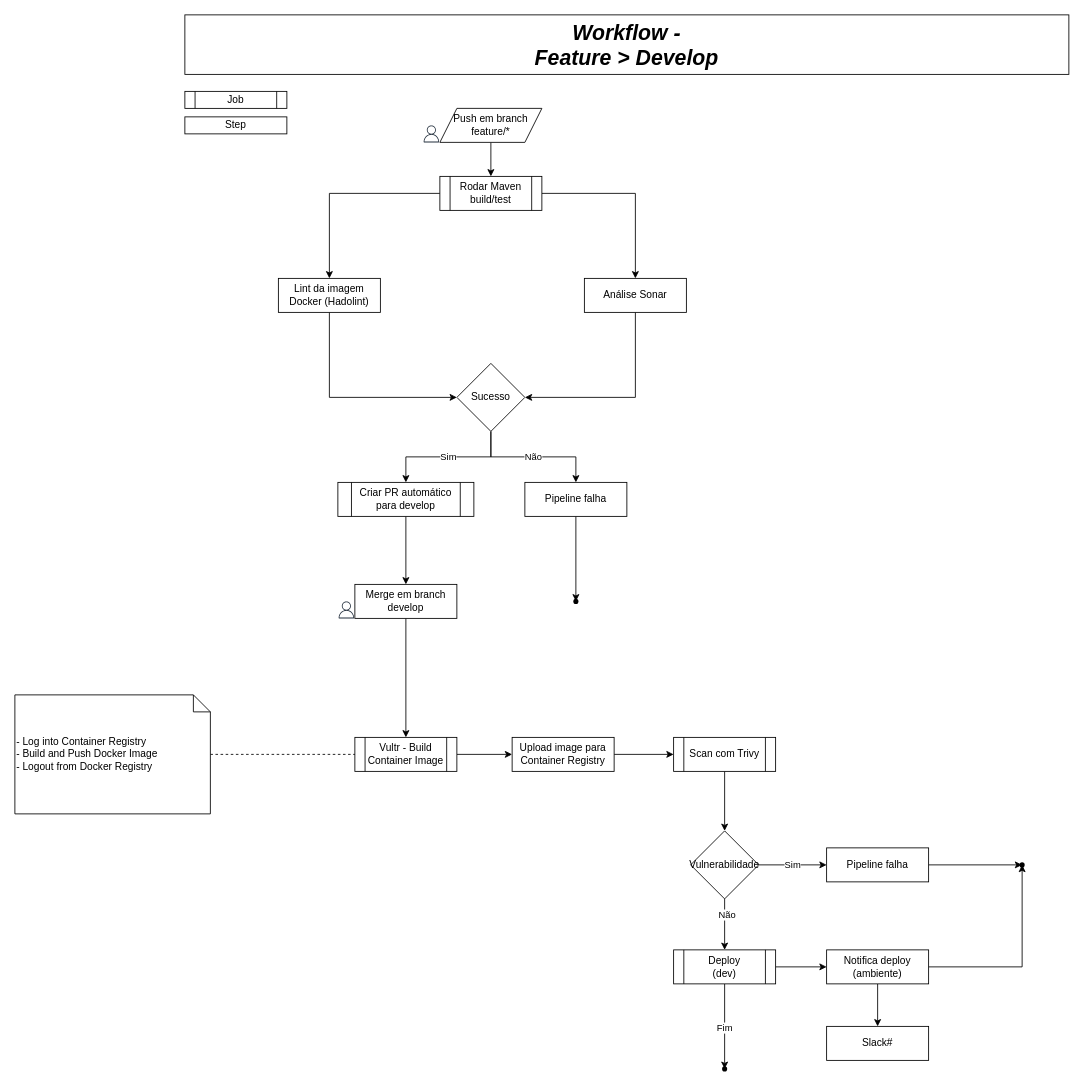
jhegner/kubernetes-labs keeps this draw.io diagram as page "workflow" (4 of 4) of drawio/arquitetura.drawio. Above is the earlier version. Source tidied: cells renumbered, new cells numbered last; positions are measured from the earlier drawing's top-left corner, leaving out a move shared by most shapes. Both pictures are drawn from the tidied source at 85%, with x=0, y=0 at pixel (14, 14).
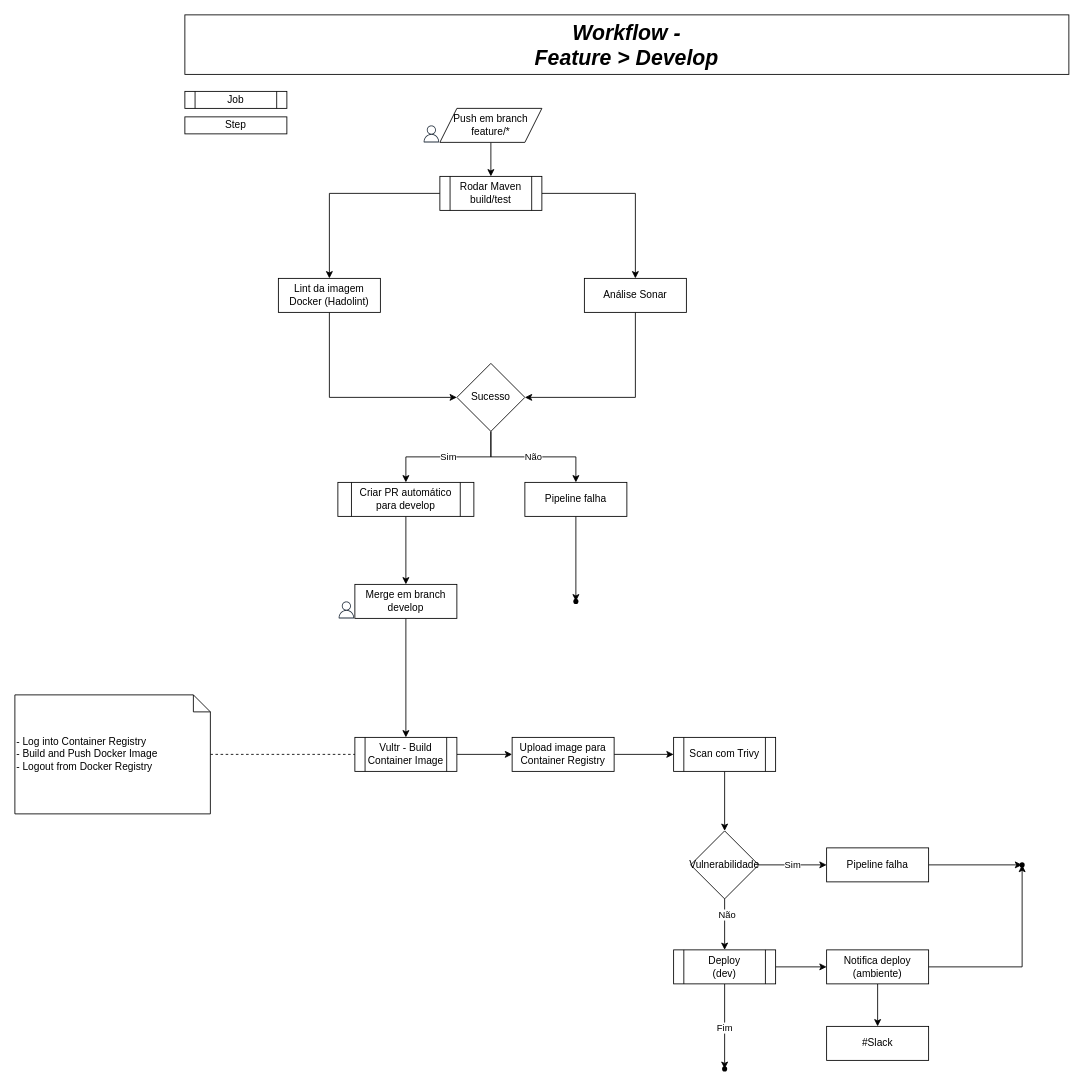
The same diagram, later.

Commit message:
chore: add slack notification

Change to the diagram source:
```diff
@@
-    <mxCell id="49" value="&lt;span style=&quot;text-wrap-mode: nowrap;&quot;&gt;Slack#&lt;/span&gt;" style="whiteSpace=wrap;html=1;" parent="1" vertex="1">
+    <mxCell id="49" value="&lt;span style=&quot;text-wrap-mode: nowrap;&quot;&gt;#Slack&lt;/span&gt;" style="whiteSpace=wrap;html=1;" parent="1" vertex="1">
       <mxGeometry x="955" y="1190" width="120" height="40" as="geometry" />
     </mxCell>
```
